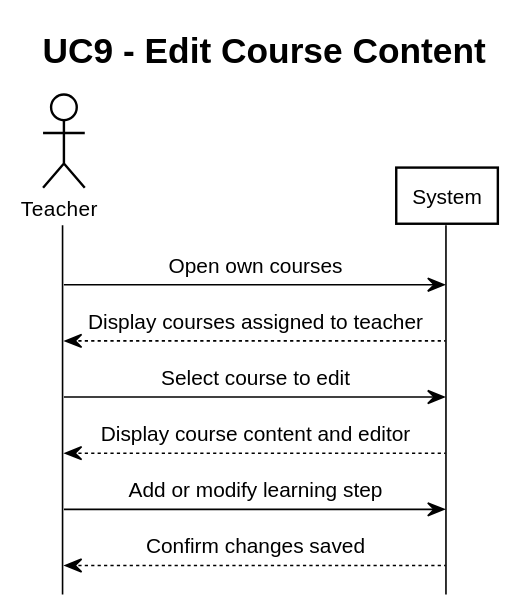
This is out/Analysis/SSDs/UC9_EditCourseContent/UC9_EditCourseContent.svg from SEPCheesecakeFactory/SEP3, a PlantUML export, as it was before one commit. Source of this version:
```plantuml
@startuml
title UC9 - Edit Course Content
!include https://raw.githubusercontent.com/fredoslav2004/MinimalThemePUML/refs/heads/main/minimal-theme.puml

actor Teacher
participant System

Teacher -> System: Open own courses
System --> Teacher: Display courses assigned to teacher
Teacher -> System: Select course to edit
System --> Teacher: Display course content and editor
Teacher -> System: Add or modify learning step
System --> Teacher: Confirm changes saved
@enduml
```
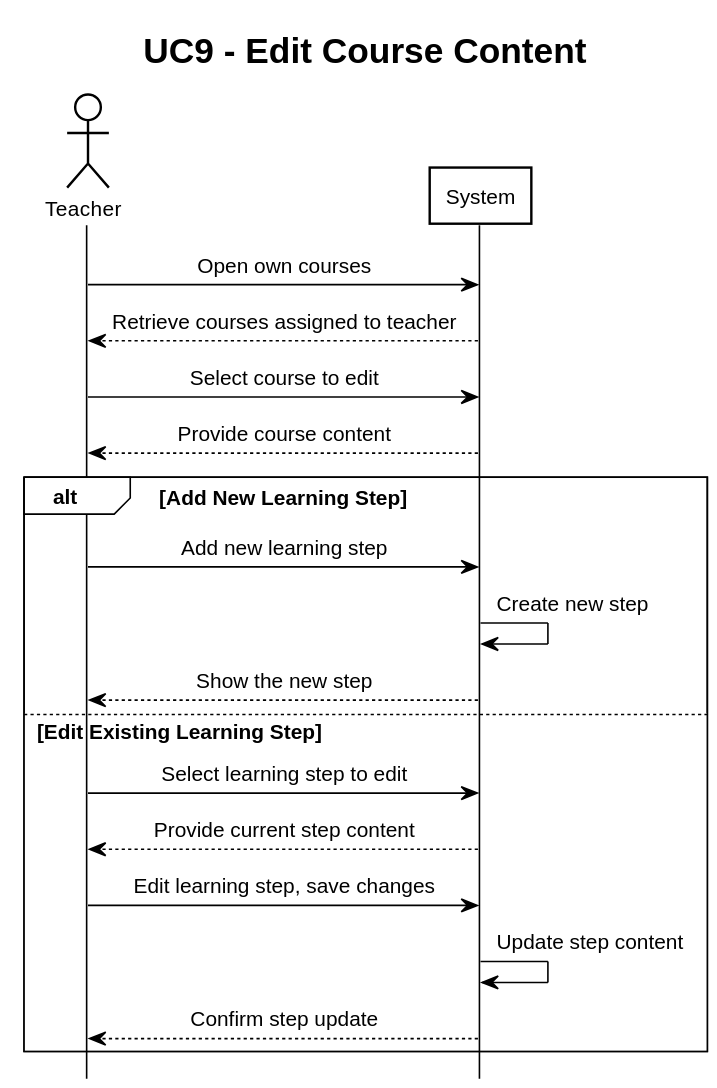
Later version of the same file.

Diff of the diagram source:
```diff
@@ -6,9 +6,18 @@
 participant System
 
 Teacher -> System: Open own courses
-System --> Teacher: Display courses assigned to teacher
+System --> Teacher: Retrieve courses assigned to teacher
 Teacher -> System: Select course to edit
-System --> Teacher: Display course content and editor
-Teacher -> System: Add or modify learning step
-System --> Teacher: Confirm changes saved
+System --> Teacher: Provide course content
+alt Add New Learning Step
+    Teacher -> System: Add new learning step
+    System -> System: Create new step
+    System --> Teacher: Show the new step
+else Edit Existing Learning Step
+    Teacher -> System: Select learning step to edit
+    System --> Teacher: Provide current step content
+    Teacher -> System: Edit learning step, save changes
+    System -> System: Update step content
+    System --> Teacher: Confirm step update
+end
 @enduml
```
